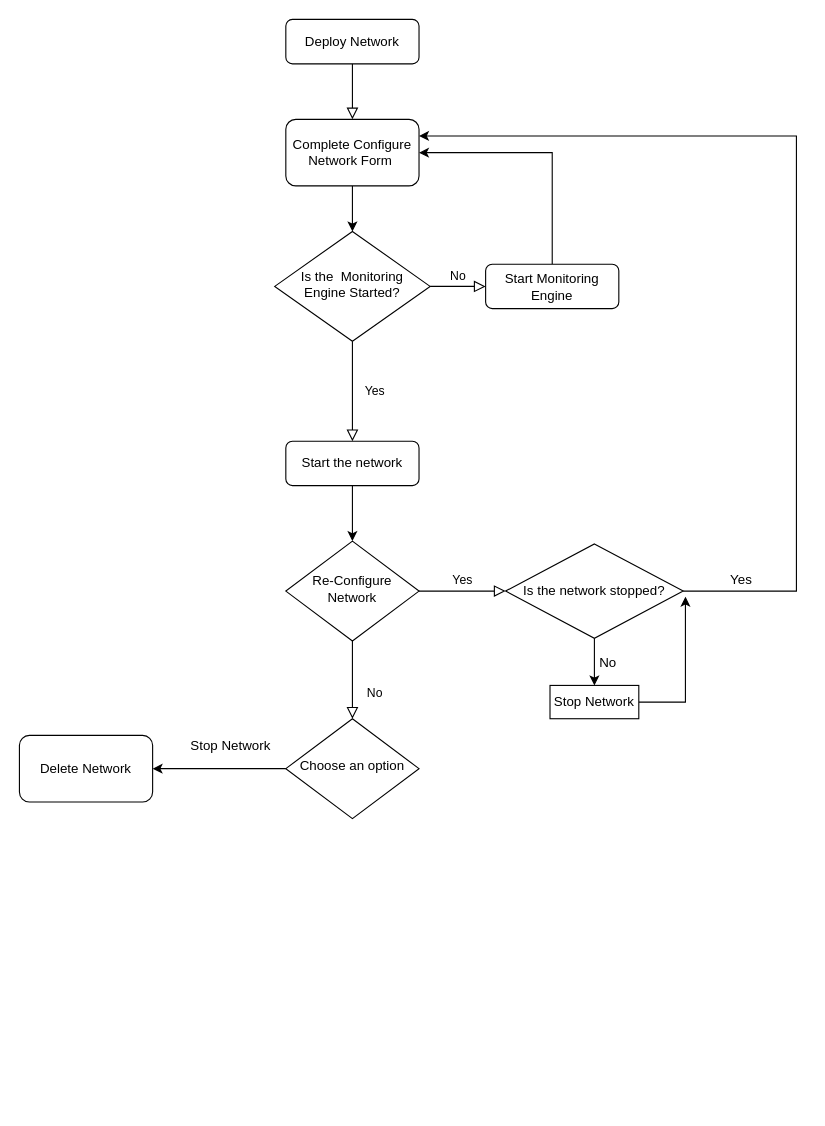
This is figs/Ανώνυμο διάγραμμα.drawio from UNIC-IFF/KNOB-BBF-Web-Application, a draw.io file, before an edit. Source tidied: cells renumbered, new cells numbered last; positions are measured from the earlier drawing's top-left corner, leaving out a move shared by most shapes. Both pictures are drawn from the tidied source at 111%, with x=0, y=0 at pixel (19, 19).
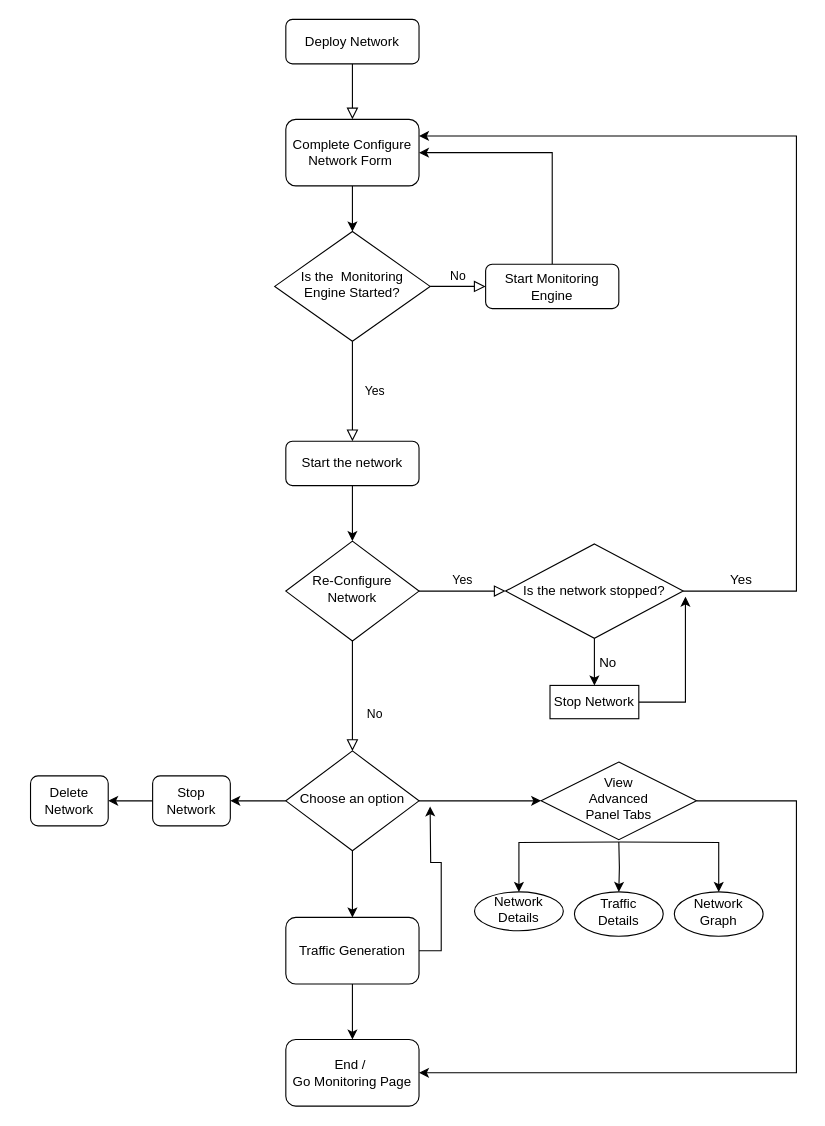
Above is the later version.

Change to the diagram source:
```diff
@@
+    <mxCell id="27" style="edgeStyle=orthogonalEdgeStyle;rounded=0;jettySize=auto;html=1;" parent="1" edge="1" source="24" target="33">
+      <mxGeometry relative="1" as="geometry" />
+    </mxCell>
+    <mxCell id="28" style="edgeStyle=orthogonalEdgeStyle;rounded=0;jettySize=auto;html=1;entryX=0;entryY=0.5;entryDx=0;entryDy=0;" parent="1" edge="1" source="24" target="42">
+      <mxGeometry relative="1" as="geometry">
+        <Array as="points">
+          <mxPoint x="460" y="704" />
+        </Array>
+      </mxGeometry>
+    </mxCell>
     <mxCell id="24" value="Choose an option" style="rhombus;whiteSpace=wrap;html=1;shadow=0;fontFamily=Helvetica;fontSize=12;align=center;strokeWidth=1;spacing=6;spacingTop=-4;" parent="1" vertex="1">
-      <mxGeometry x="240" y="630" width="120" height="90" as="geometry" />
+      <mxGeometry x="240" y="659" width="120" height="90" as="geometry" />
     </mxCell>
-    <mxCell id="25" value="Stop Network" style="text;html=1;align=center;verticalAlign=middle;strokeColor=none;fillColor=none;" parent="1" vertex="1">
-      <mxGeometry x="140" y="640" width="100" height="30" as="geometry" />
-    </mxCell>
+    <mxCell id="29" style="edgeStyle=orthogonalEdgeStyle;rounded=0;jettySize=auto;html=1;exitX=0;exitY=0.5;exitDx=0;exitDy=0;entryX=1;entryY=0.5;entryDx=0;entryDy=0;" parent="1" edge="1" source="26" target="30">
+      <mxGeometry relative="1" as="geometry" />
+    </mxCell>
-    <mxCell id="26" value="Delete Network" style="rounded=1;whiteSpace=wrap;html=1;sketch=0;" parent="1" vertex="1">
-      <mxGeometry y="645" width="120" height="60" as="geometry" />
+    <mxCell id="26" value="Stop Network" style="rounded=1;whiteSpace=wrap;html=1;sketch=0;" parent="1" vertex="1">
+      <mxGeometry x="120" y="681.5" width="70" height="45" as="geometry" />
     </mxCell>
+    <mxCell id="30" value="Delete Network" style="rounded=1;whiteSpace=wrap;html=1;sketch=0;" parent="1" vertex="1">
+      <mxGeometry x="10" y="681.5" width="70" height="45" as="geometry" />
+    </mxCell>
+    <mxCell id="31" style="edgeStyle=orthogonalEdgeStyle;rounded=0;jettySize=auto;html=1;" parent="1" edge="1" source="33" target="34">
+      <mxGeometry relative="1" as="geometry" />
+    </mxCell>
+    <mxCell id="32" style="edgeStyle=orthogonalEdgeStyle;rounded=0;jettySize=auto;html=1;" parent="1" edge="1" source="33">
+      <mxGeometry relative="1" as="geometry">
+        <mxPoint x="370" y="709" as="targetPoint" />
+      </mxGeometry>
+    </mxCell>
+    <mxCell id="33" value="Traffic Generation" style="rounded=1;whiteSpace=wrap;html=1;" parent="1" vertex="1">
+      <mxGeometry x="240" y="809" width="120" height="60" as="geometry" />
+    </mxCell>
+    <mxCell id="34" value="End /&amp;nbsp;&lt;br&gt;Go Monitoring Page" style="whiteSpace=wrap;html=1;rounded=1;" parent="1" vertex="1">
+      <mxGeometry x="240" y="919" width="120" height="60" as="geometry" />
+    </mxCell>
+    <mxCell id="35" style="edgeStyle=orthogonalEdgeStyle;rounded=0;jettySize=auto;html=1;" parent="1" edge="1" target="39">
+      <mxGeometry relative="1" as="geometry">
+        <mxPoint x="540" y="741" as="sourcePoint" />
+      </mxGeometry>
+    </mxCell>
+    <mxCell id="36" style="edgeStyle=orthogonalEdgeStyle;rounded=0;jettySize=auto;html=1;" parent="1" edge="1" target="40">
+      <mxGeometry relative="1" as="geometry">
+        <mxPoint x="540" y="741" as="sourcePoint" />
+      </mxGeometry>
+    </mxCell>
+    <mxCell id="37" style="edgeStyle=orthogonalEdgeStyle;rounded=0;jettySize=auto;html=1;" parent="1" edge="1" target="41">
+      <mxGeometry relative="1" as="geometry">
+        <mxPoint x="540" y="741" as="sourcePoint" />
+      </mxGeometry>
+    </mxCell>
+    <mxCell id="38" style="edgeStyle=orthogonalEdgeStyle;rounded=0;jettySize=auto;html=1;entryX=1;entryY=0.5;entryDx=0;entryDy=0;exitX=1;exitY=0.5;exitDx=0;exitDy=0;" parent="1" edge="1" source="42" target="34">
+      <mxGeometry relative="1" as="geometry">
+        <Array as="points">
+          <mxPoint x="700" y="704" />
+          <mxPoint x="700" y="949" />
+        </Array>
+      </mxGeometry>
+    </mxCell>
+    <mxCell id="39" value="Network Details" style="ellipse;whiteSpace=wrap;html=1;shadow=0;strokeWidth=1;spacing=6;spacingTop=-4;rounded=1;" parent="1" vertex="1">
+      <mxGeometry x="410" y="786" width="80" height="35" as="geometry" />
+    </mxCell>
+    <mxCell id="40" value="Traffic Details" style="ellipse;whiteSpace=wrap;html=1;shadow=0;strokeWidth=1;spacing=6;spacingTop=-4;rounded=1;" parent="1" vertex="1">
+      <mxGeometry x="500" y="786" width="80" height="40" as="geometry" />
+    </mxCell>
+    <mxCell id="41" value="Network Graph" style="ellipse;whiteSpace=wrap;html=1;shadow=0;strokeWidth=1;spacing=6;spacingTop=-4;rounded=1;" parent="1" vertex="1">
+      <mxGeometry x="590" y="786" width="80" height="40" as="geometry" />
+    </mxCell>
+    <mxCell id="42" value="View &lt;br&gt;Advanced &lt;br&gt;Panel Tabs" style="rhombus;whiteSpace=wrap;html=1;shadow=0;fontFamily=Helvetica;fontSize=12;align=center;strokeWidth=1;spacing=6;spacingTop=-4;" parent="1" vertex="1">
+      <mxGeometry x="470" y="669" width="140" height="70" as="geometry" />
+    </mxCell>
```
